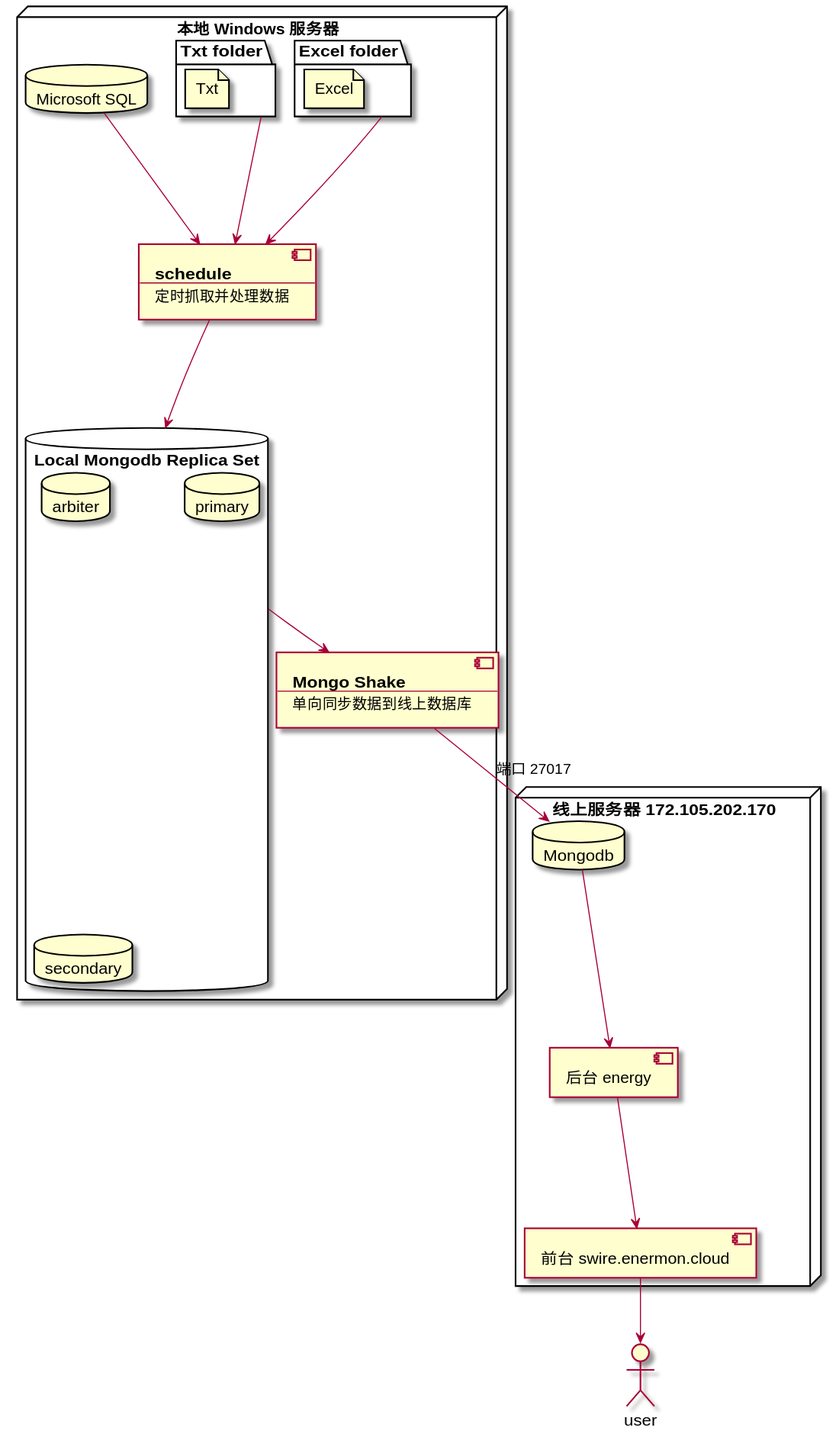
Before: docs/public/now.svg, a diagram exported from PlantUML (joehecn/swire-docs).
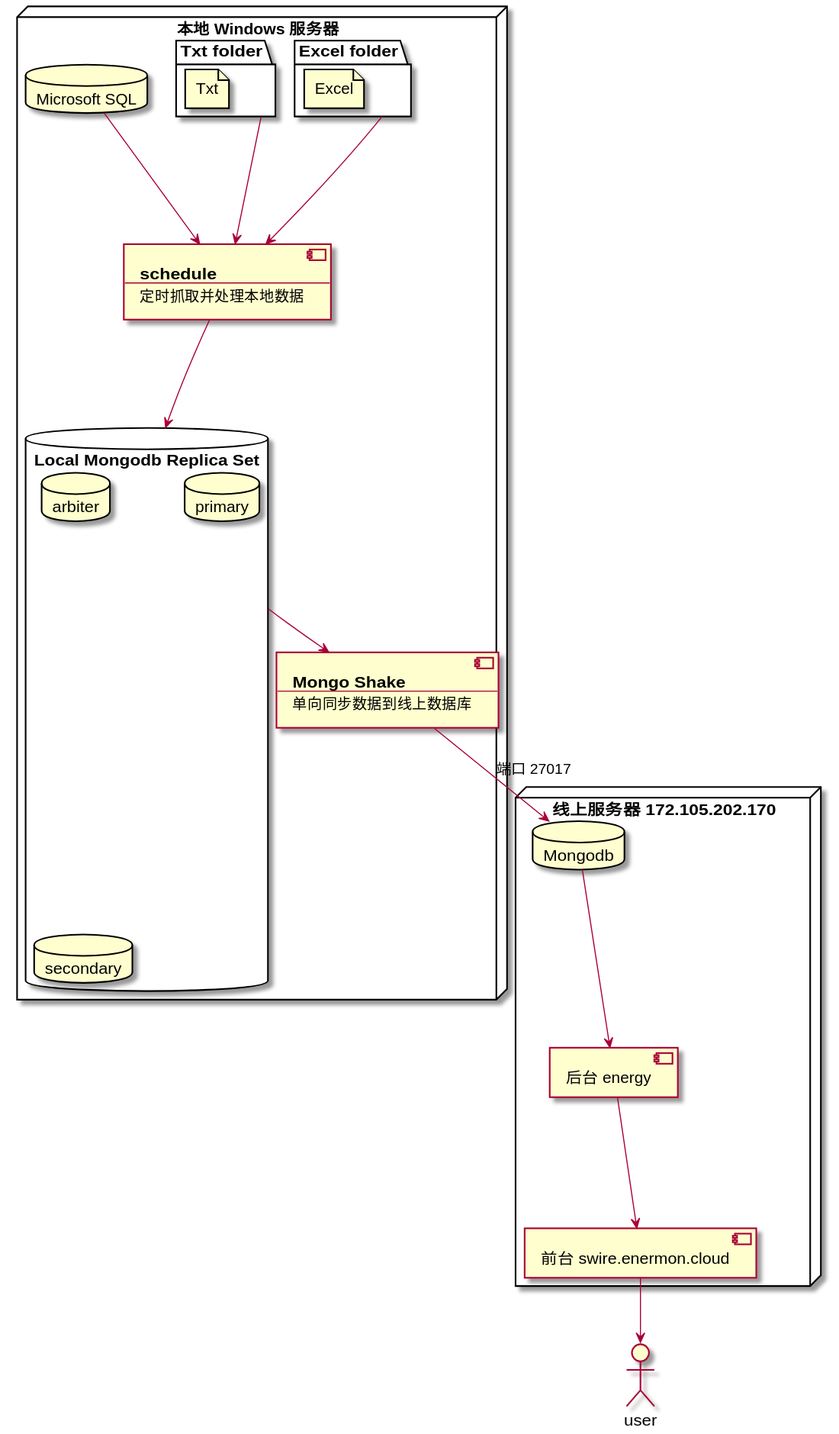
The same file after the commit.

What changed in the source:
```diff
@@ -1,4 +1,4 @@
-@startuml
+@startuml now
   node "本地 Windows 服务器" as windows {
     database "Microsoft SQL" as mssql
     folder "Excel folder" as excel {
@@ -11,7 +11,7 @@
     component schedule [
       <b>schedule
       ----
-      定时抓取并处理数据
+      定时抓取并处理本地数据
     ]
 
     database "Local Mongodb Replica Set" as localdb {
@@ -45,4 +45,5 @@
   db --> energy
   energy --> web
   web --> user
+
 @enduml
```
